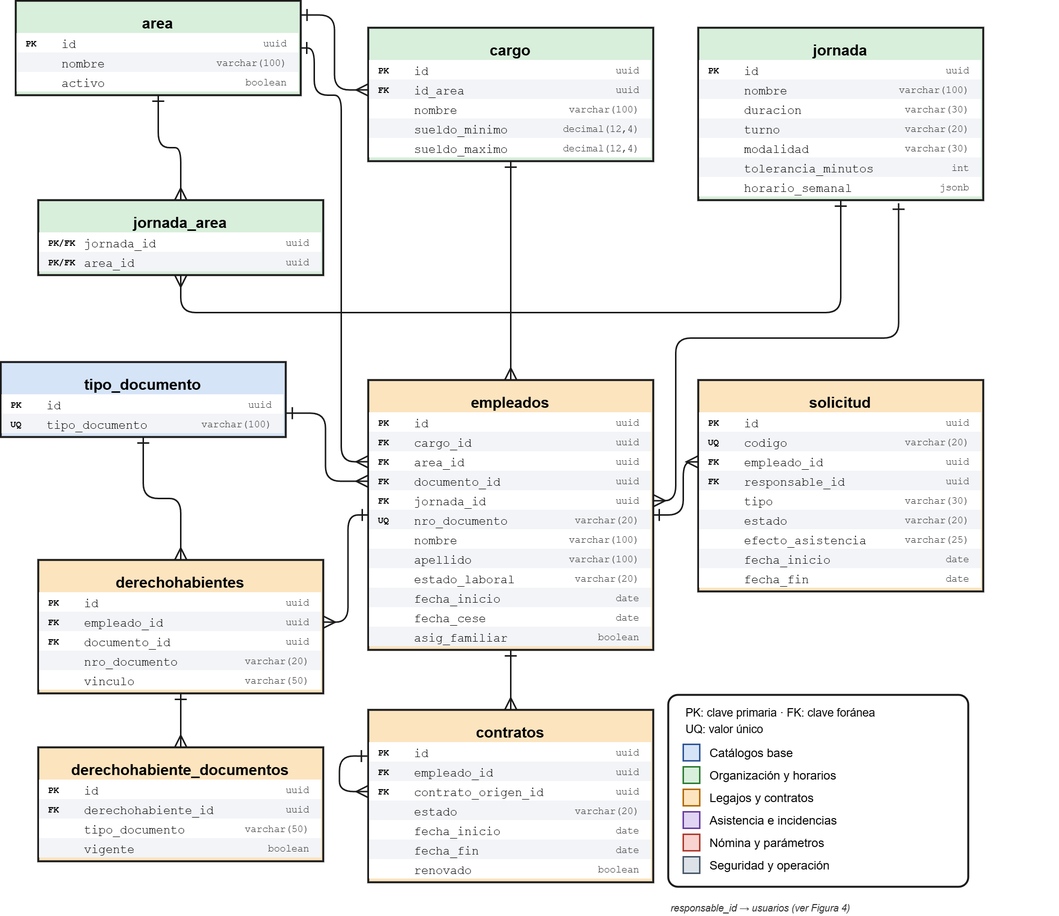
Before: images/evidencias/fase1/ERD_1_organizacion_legajos.png, a diagram exported from draw.io (ZER0SEV7N/tesis_latex). Source tidied: cells renumbered, new cells last; positions are measured from the earlier drawing's top-left corner, leaving out a move shared by most shapes.
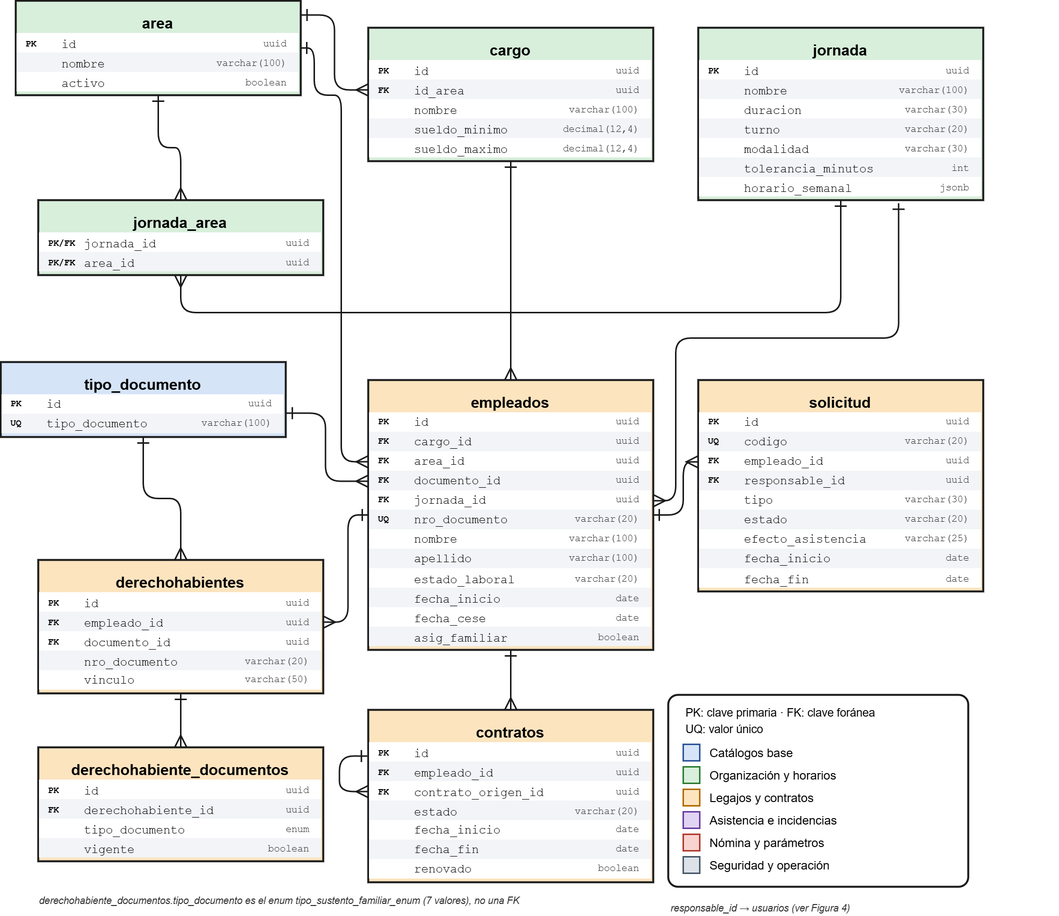
After the change.

Diff of the diagram source:
```diff
@@ -479,7 +479,7 @@
     <mxCell id="160" value="tipo_documento" style="text;whiteSpace=wrap;html=0;fontColor=#000000;fontFamily=Courier New;fontSize=8;align=left;verticalAlign=middle;spacingLeft=0;" parent="159" vertex="1">
       <mxGeometry x="28" width="108" height="13" as="geometry" />
     </mxCell>
-    <mxCell id="161" value="varchar(50)" style="text;whiteSpace=wrap;html=0;fontColor=#333333;fontFamily=Courier New;fontSize=6.5;align=right;verticalAlign=middle;spacingRight=2;" parent="159" vertex="1">
+    <mxCell id="161" value="enum" style="text;whiteSpace=wrap;html=0;fontColor=#333333;fontFamily=Courier New;fontSize=6.5;align=right;verticalAlign=middle;spacingRight=2;" parent="159" vertex="1">
       <mxGeometry x="134" width="50" height="13" as="geometry" />
     </mxCell>
     <mxCell id="162" style="rounded=0;whiteSpace=wrap;html=0;fillColor=#F2F4F7;strokeColor=none;" parent="150" vertex="1">
@@ -734,5 +734,8 @@
         </Array>
       </mxGeometry>
     </mxCell>
+    <mxCell id="235" value="derechohabiente_documentos.tipo_documento es el enum tipo_sustento_familiar_enum (7 valores), no una FK" style="text;whiteSpace=wrap;html=0;fontColor=#333333;fontFamily=Helvetica;fontSize=6.5;fontStyle=2;align=left;verticalAlign=middle;" parent="1" vertex="1">
+      <mxGeometry x="24" y="595" width="410" height="9" as="geometry" />
+    </mxCell>
   </root>
 </mxGraphModel>
```
